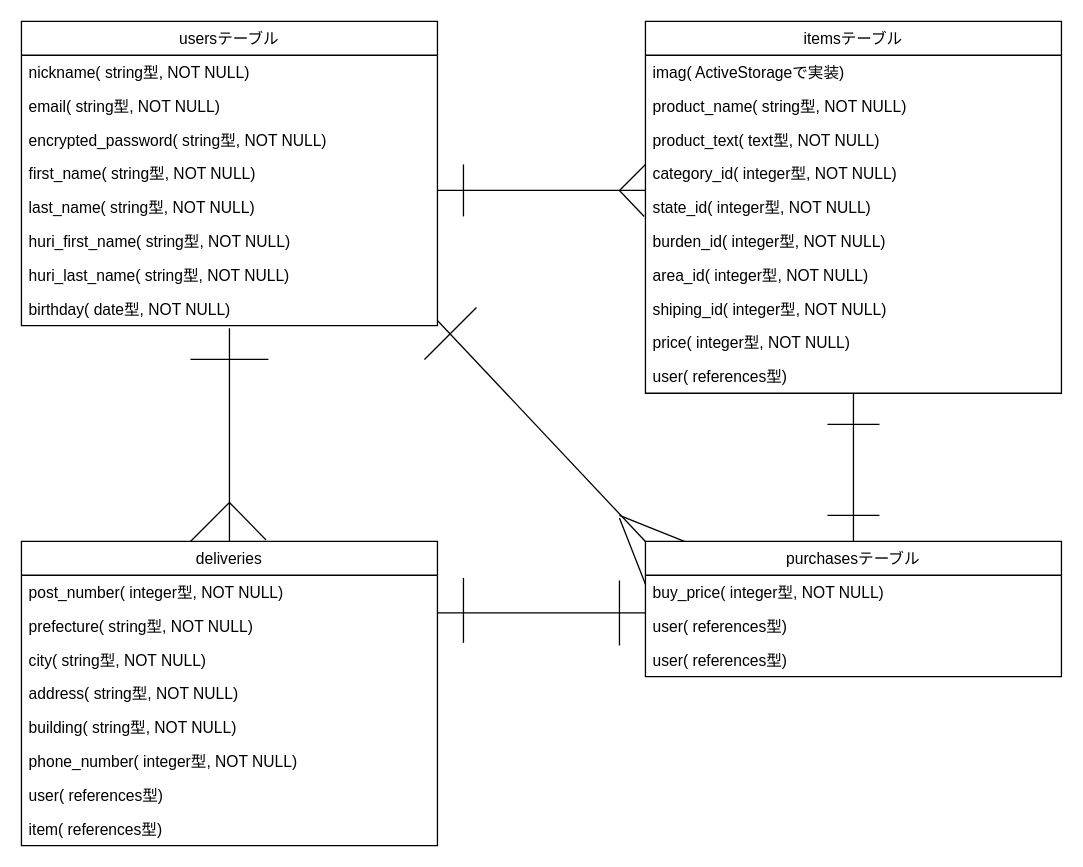
Earlier version of the draw.io diagram page "Page-1" (1 of 2) of furima.dio (ryusyo621/furima-33473). Source tidied: cells renumbered, new cells numbered last; positions are measured from the earlier drawing's top-left corner, leaving out a move shared by most shapes. Both pictures are drawn from the tidied source at 130%, with x=0, y=0 at pixel (21, 21).
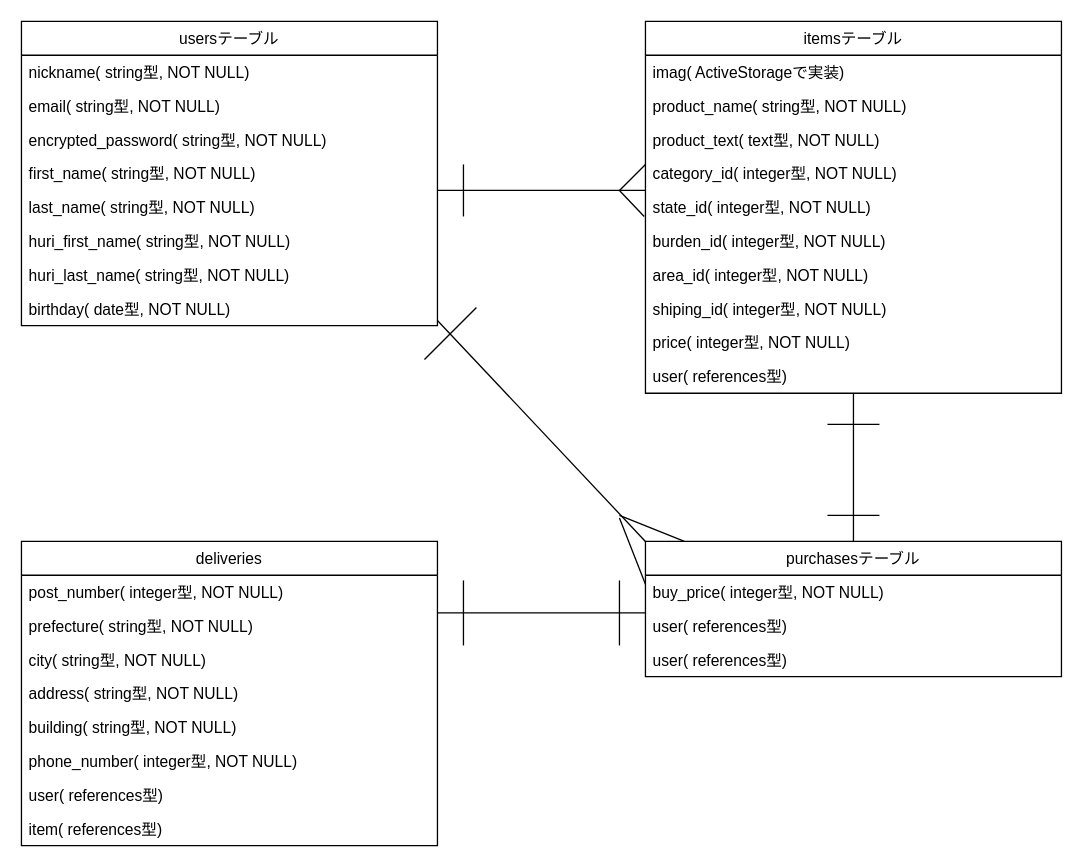
The same diagram, later.

The change refers to these unchanged cells:
```xml
<mxCell id="26" value="user( references型)" style="text;strokeColor=none;fillColor=none;align=left;verticalAlign=top;spacingLeft=4;spacingRight=4;overflow=hidden;points=[[0,0.5],[1,0.5]];portConstraint=eastwest;" parent="23" vertex="1">
  <mxGeometry y="52" width="320" height="26" as="geometry" />
</mxCell>
<mxCell id="35" value="deliveries" style="swimlane;fontStyle=0;horizontal=1;startSize=26;fillColor=none;" parent="1" vertex="1">
  <mxGeometry y="400" width="320" height="234" as="geometry" />
</mxCell>
```

Diff of the diagram source:
```diff
@@
-    <mxCell id="36" style="endArrow=none;html=1;" parent="35" edge="1">
-      <mxGeometry relative="1" as="geometry">
-        <mxPoint x="130" as="sourcePoint" />
-        <mxPoint x="160" y="-30" as="targetPoint" />
-      </mxGeometry>
-    </mxCell>
@@
     <mxCell id="45" style="endArrow=none;html=1;entryX=0;entryY=0.115;entryDx=0;entryDy=0;entryPerimeter=0;" parent="1" edge="1" target="26">
       <mxGeometry relative="1" as="geometry">
         <mxPoint x="320" y="455" as="sourcePoint" />
+        <Array as="points">
+          <mxPoint x="420" y="455" />
+        </Array>
       </mxGeometry>
     </mxCell>
@@
-    <mxCell id="47" style="endArrow=none;html=1;entryX=0.588;entryY=-0.005;entryDx=0;entryDy=0;entryPerimeter=0;" parent="1" edge="1" target="35">
-      <mxGeometry relative="1" as="geometry">
-        <mxPoint x="160" y="370" as="sourcePoint" />
-      </mxGeometry>
-    </mxCell>
-    <mxCell id="48" style="endArrow=none;html=1;" parent="1" edge="1">
-      <mxGeometry relative="1" as="geometry">
-        <mxPoint x="130" y="260" as="sourcePoint" />
-        <mxPoint x="190" y="260" as="targetPoint" />
-      </mxGeometry>
-    </mxCell>
-    <mxCell id="49" style="endArrow=none;html=1;exitX=0.5;exitY=0;exitDx=0;exitDy=0;" parent="1" edge="1" source="35">
-      <mxGeometry relative="1" as="geometry">
-        <mxPoint x="160" y="236" as="targetPoint" />
-      </mxGeometry>
-    </mxCell>
@@
-    <mxCell id="52" style="endArrow=none;html=1;" parent="1" edge="1">
-      <mxGeometry relative="1" as="geometry">
-        <mxPoint x="340" y="478" as="sourcePoint" />
-        <mxPoint x="340" y="428" as="targetPoint" />
-      </mxGeometry>
-    </mxCell>
+    <mxCell id="53" style="endArrow=none;html=1;" parent="1" edge="1">
+      <mxGeometry relative="1" as="geometry">
+        <mxPoint x="340" y="430" as="sourcePoint" />
+        <mxPoint x="340" y="480" as="targetPoint" />
+      </mxGeometry>
+    </mxCell>
```
